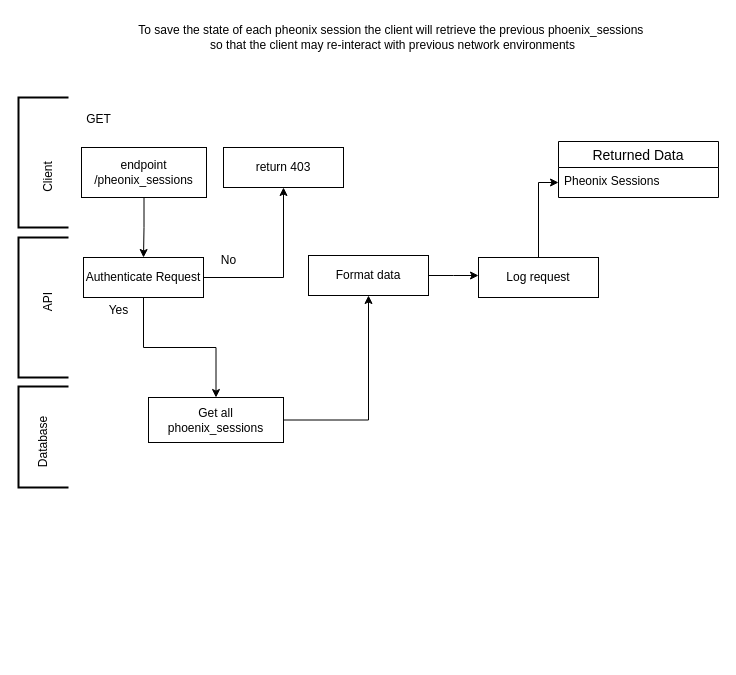
The draw.io diagram page "/pheonix_sessions" (2 of 5) of pymsf/pymsf.drawio in ACCISA/msf_automate, before the edit. Source tidied: cells renumbered, new cells numbered last; positions are measured from the earlier drawing's top-left corner, leaving out a move shared by most shapes. Both pictures are drawn from the tidied source at 100%, with x=0, y=0 at pixel (3, 17).
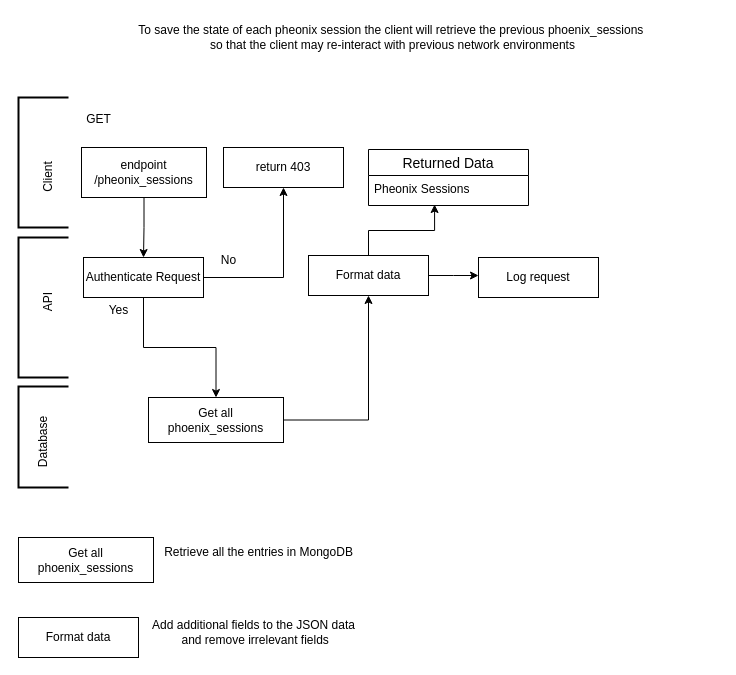
Above is the later version.

Unchanged cells that the change refers to:
```xml
<mxCell id="15" value="Pheonix Sessions" style="text;strokeColor=none;fillColor=none;spacingLeft=4;spacingRight=4;overflow=hidden;points=[[0,0.5],[1,0.5]];portConstraint=eastwest;fontSize=12;whiteSpace=wrap;html=1;" parent="14" vertex="1">
  <mxGeometry y="26" width="160" height="30" as="geometry" />
</mxCell>
<mxCell id="24" value="Format data" style="whiteSpace=wrap;html=1;" parent="1" vertex="1">
  <mxGeometry x="305" y="238" width="120" height="40" as="geometry" />
</mxCell>
<mxCell id="26" value="Log request" style="whiteSpace=wrap;html=1;" parent="1" vertex="1">
  <mxGeometry x="475" y="240" width="120" height="40" as="geometry" />
</mxCell>
```

Diff of the diagram source:
```diff
@@
     <mxCell id="14" value="Returned Data" style="swimlane;fontStyle=0;horizontal=1;startSize=26;align=center;fontSize=14;" parent="1" vertex="1">
-      <mxGeometry x="555" y="124" width="160" height="56" as="geometry" />
+      <mxGeometry x="365" y="132" width="160" height="56" as="geometry" />
     </mxCell>
@@
-    <mxCell id="25" style="edgeStyle=orthogonalEdgeStyle;rounded=0;jettySize=auto;html=1;" parent="1" edge="1" source="26" target="15">
-      <mxGeometry relative="1" as="geometry" />
-    </mxCell>
@@
+    <mxCell id="27" value="Get all phoenix_sessions" style="whiteSpace=wrap;html=1;" parent="1" vertex="1">
+      <mxGeometry x="15" y="520" width="135" height="45" as="geometry" />
+    </mxCell>
+    <mxCell id="28" value="Retrieve all the entries in MongoDB " style="text;html=1;align=center;verticalAlign=middle;strokeColor=none;fillColor=none;" parent="1" vertex="1">
+      <mxGeometry x="145" y="520" width="220" height="30" as="geometry" />
+    </mxCell>
+    <mxCell id="29" value="Format data" style="whiteSpace=wrap;html=1;" parent="1" vertex="1">
+      <mxGeometry x="15" y="600" width="120" height="40" as="geometry" />
+    </mxCell>
+    <mxCell id="30" value="&lt;div&gt;Add additional fields to the JSON data&lt;/div&gt;&lt;div&gt;&amp;nbsp;and remove irrelevant fields&lt;/div&gt;" style="text;html=1;align=center;verticalAlign=middle;strokeColor=none;fillColor=none;" parent="1" vertex="1">
+      <mxGeometry x="135" y="595" width="230" height="40" as="geometry" />
+    </mxCell>
+    <mxCell id="31" style="edgeStyle=orthogonalEdgeStyle;rounded=0;jettySize=auto;html=1;entryX=0.413;entryY=0.967;entryDx=0;entryDy=0;entryPerimeter=0;" parent="1" edge="1" source="24" target="15">
+      <mxGeometry relative="1" as="geometry" />
+    </mxCell>
```
